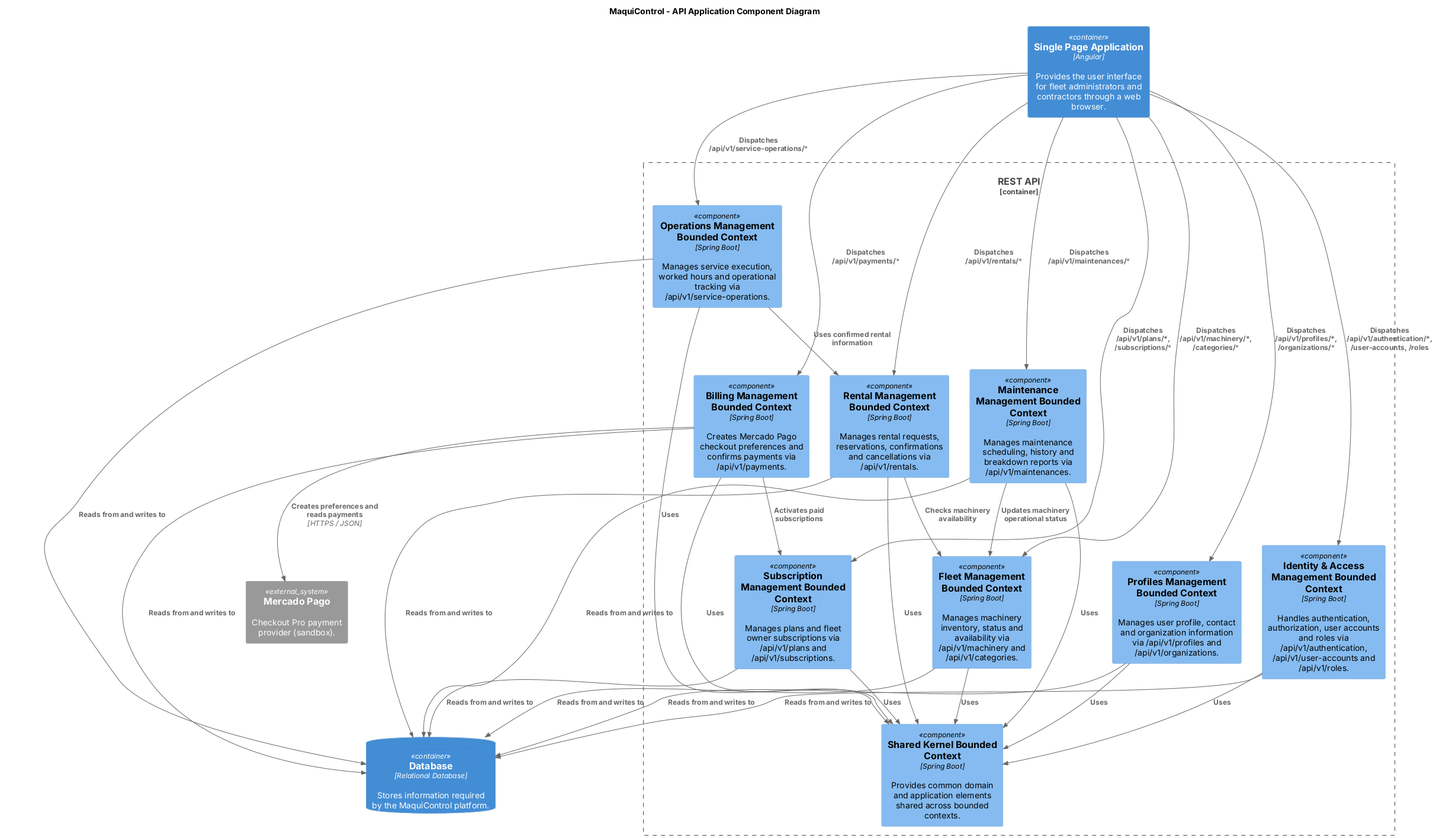
Above: assets/c4-api-component-diagram.png in upc-pre-202620-1asi0729-7750-heavytech/maquicontrol-report (PlantUML), before the change.
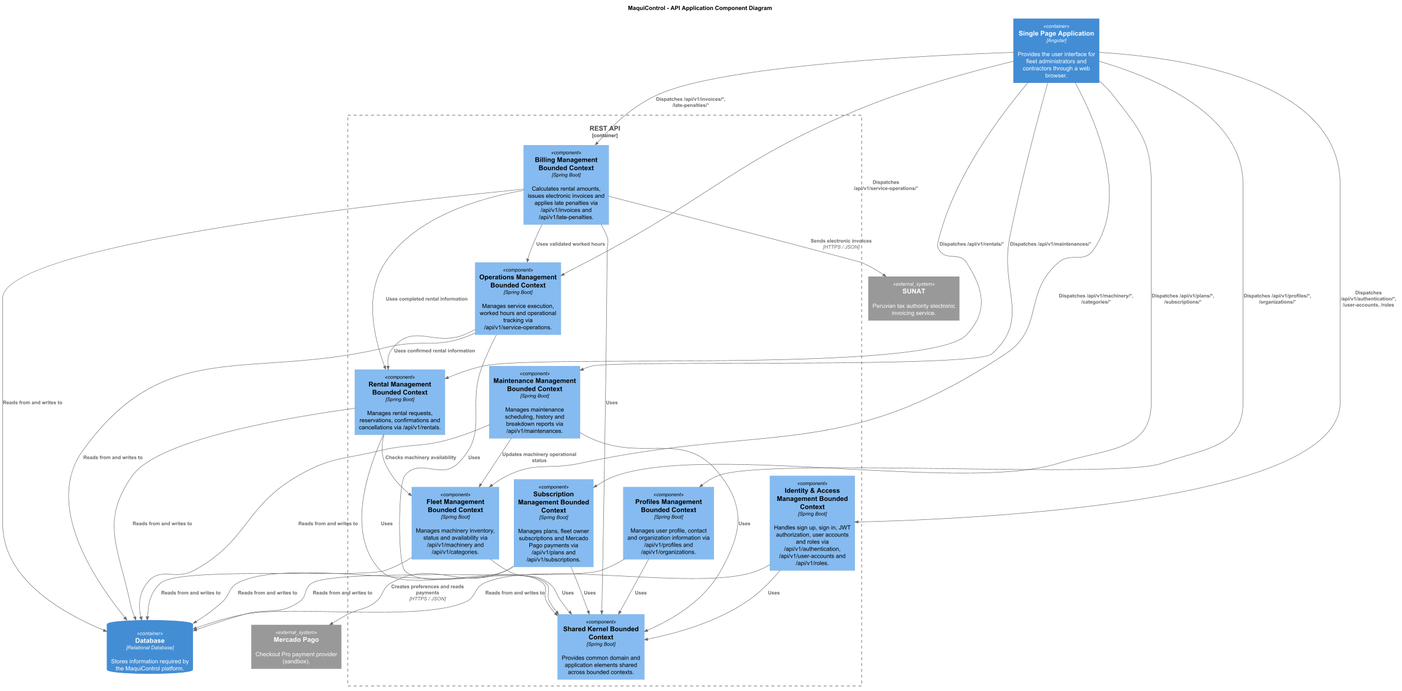
After the commit.

Change to the diagram source:
```diff
@@ -17,16 +17,17 @@
 
     Component(profiles, "Profiles Management Bounded Context", "Spring Boot", "Manages user profile, contact and organization information via /api/v1/profiles and /api/v1/organizations.")
 
-    Component(subscription, "Subscription Management Bounded Context", "Spring Boot", "Manages plans and fleet owner subscriptions via /api/v1/plans and /api/v1/subscriptions.")
+    Component(subscription, "Subscription Management Bounded Context", "Spring Boot", "Manages plans, fleet owner subscriptions and Mercado Pago payments via /api/v1/plans and /api/v1/subscriptions.")
 
-    Component(billing, "Billing Management Bounded Context", "Spring Boot", "Creates Mercado Pago checkout preferences and confirms payments via /api/v1/payments.")
+    Component(billing, "Billing Management Bounded Context", "Spring Boot", "Calculates rental amounts, issues electronic invoices and applies late penalties via /api/v1/invoices and /api/v1/late-penalties.")
 
-    Component(iam, "Identity & Access Management Bounded Context", "Spring Boot", "Handles authentication, authorization, user accounts and roles via /api/v1/authentication, /api/v1/user-accounts and /api/v1/roles.")
+    Component(iam, "Identity & Access Management Bounded Context", "Spring Boot", "Handles sign up, sign in, JWT authorization, user accounts and roles via /api/v1/authentication, /api/v1/user-accounts and /api/v1/roles.")
 
     Component(shared, "Shared Kernel Bounded Context", "Spring Boot", "Provides common domain and application elements shared across bounded contexts.")
 }
 
 System_Ext(mercadoPago, "Mercado Pago", "Checkout Pro payment provider (sandbox).")
+System_Ext(sunat, "SUNAT", "Peruvian tax authority electronic invoicing service.")
 
 ContainerDb(database, "Database", "Relational Database", "Stores information required by the MaquiControl platform.")
 
@@ -37,7 +38,7 @@
 Rel(webapp, maintenance, "Dispatches /api/v1/maintenances/*")
 Rel(webapp, operations, "Dispatches /api/v1/service-operations/*")
 Rel(webapp, subscription, "Dispatches /api/v1/plans/*, /subscriptions/*")
-Rel(webapp, billing, "Dispatches /api/v1/payments/*")
+Rel(webapp, billing, "Dispatches /api/v1/invoices/*, /late-penalties/*")
 
 Rel(iam, database, "Reads from and writes to")
 Rel(profiles, database, "Reads from and writes to")
@@ -51,8 +52,10 @@
 Rel(rental, fleet, "Checks machinery availability")
 Rel(maintenance, fleet, "Updates machinery operational status")
 Rel(operations, rental, "Uses confirmed rental information")
-Rel(billing, subscription, "Activates paid subscriptions")
-Rel(billing, mercadoPago, "Creates preferences and reads payments", "HTTPS / JSON")
+Rel(billing, operations, "Uses validated worked hours")
+Rel(billing, rental, "Uses completed rental information")
+Rel(subscription, mercadoPago, "Creates preferences and reads payments", "HTTPS / JSON")
+Rel(billing, sunat, "Sends electronic invoices", "HTTPS / JSON")
 
 Rel(iam, shared, "Uses")
 Rel(profiles, shared, "Uses")
```
